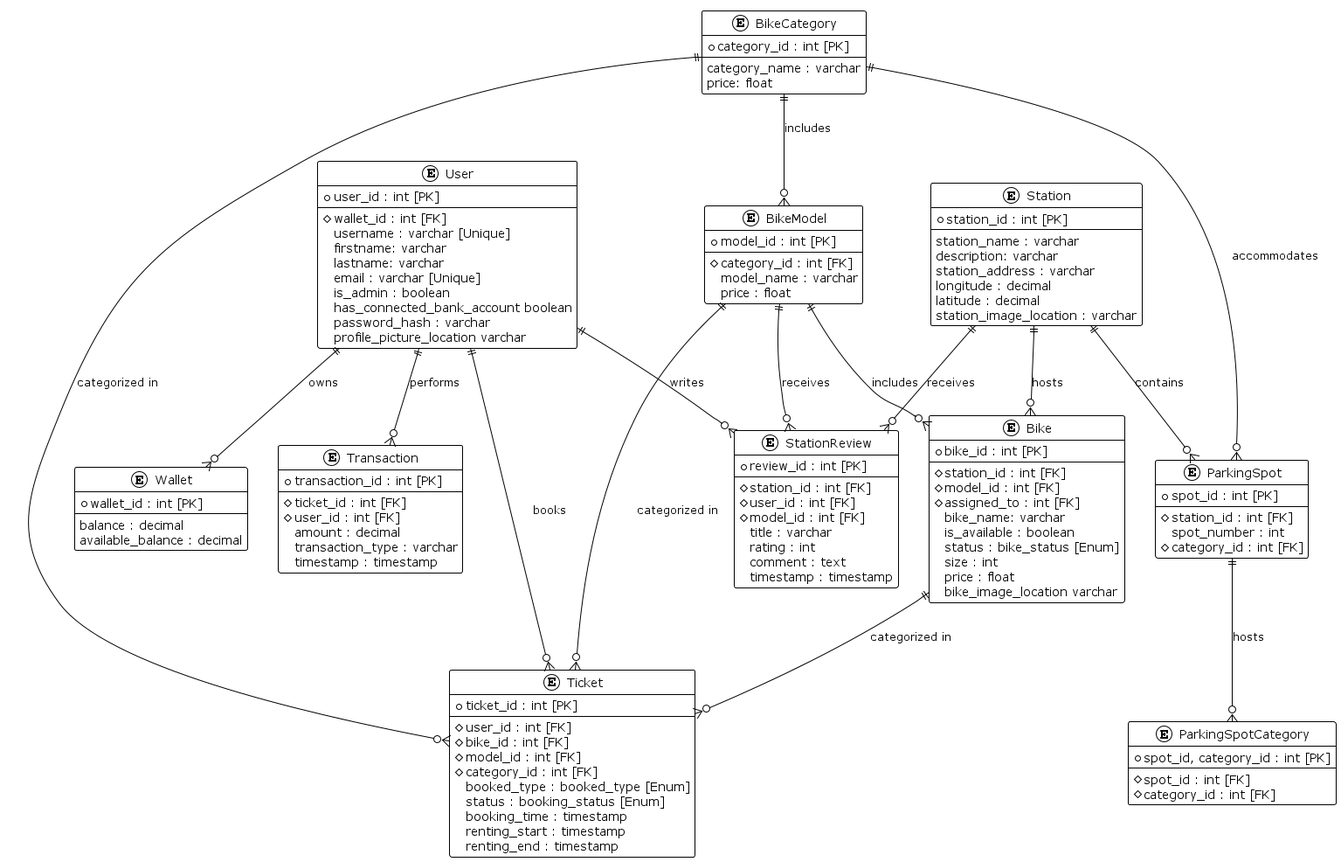
This is initdb/database.png from uni-aau/web-project, a PlantUML export, as it was before one commit. Its diagram source:
```plantuml
@startuml
!theme plain

entity "User" {
  +user_id : int [PK]
  --
  #wallet_id : int [FK]
  username : varchar [Unique]
  firstname: varchar
  lastname: varchar
  email : varchar [Unique]
  is_admin : boolean
  has_connected_bank_account boolean
  password_hash : varchar
  profile_picture_location varchar
}

entity "Wallet" {
  +wallet_id : int [PK]
  --
  balance : decimal
  available_balance : decimal
}

entity "Station" {
  +station_id : int [PK]
  --
  station_name : varchar
  description: varchar
  station_address : varchar
  longitude : decimal
  latitude : decimal
  station_image_location : varchar
}

entity "BikeCategory" {
  +category_id : int [PK]
  --
  category_name : varchar
  price: float
}

entity "BikeModel" {
  +model_id : int [PK]
  --
  #category_id : int [FK]
  model_name : varchar
  price : float
}

entity "Bike" {
  +bike_id : int [PK]
  --
  #station_id : int [FK]
  #model_id : int [FK]
  #assigned_to : int [FK]
  bike_name: varchar
  is_available : boolean
  status : bike_status [Enum]
  size : int
  price : float
  bike_image_location varchar
}

entity "ParkingSpot" {
  +spot_id : int [PK]
  --
  #station_id : int [FK]
  spot_number : int
  #category_id : int [FK]
}

entity "ParkingSpotCategory" {
  +spot_id, category_id : int [PK]
  --
  #spot_id : int [FK]
  #category_id : int [FK]
}

entity "Ticket" {
  +ticket_id : int [PK]
  --
  #user_id : int [FK]
  #bike_id : int [FK]
  #model_id : int [FK]
  #category_id : int [FK]
  booked_type : booked_type [Enum]
  status : booking_status [Enum]
  booking_time : timestamp
  renting_start : timestamp
  renting_end : timestamp
}

entity "Transaction" {
  +transaction_id : int [PK]
  --
  #ticket_id : int [FK]
  #user_id : int [FK]
  amount : decimal
  transaction_type : varchar
  timestamp : timestamp
}

entity "StationReview" {
  +review_id : int [PK]
  --
  #station_id : int [FK]
  #user_id : int [FK]
  #model_id : int [FK]
  title : varchar
  rating : int
  comment : text
  timestamp : timestamp
}

User ||--o{ Wallet : "owns"
User ||--o{ Ticket : "books"
User ||--o{ Transaction : "performs"
User ||--o{ StationReview : "writes"
Station ||--o{ Bike : "hosts"
Station ||--o{ StationReview : "receives"
Station ||--o{ ParkingSpot : "contains"
BikeCategory ||--o{ BikeModel : "includes"
BikeModel ||--o{ Bike : "includes"
BikeModel ||--o{ StationReview : "receives"
BikeCategory ||--o{ Ticket : "categorized in"
BikeModel ||--o{ Ticket : "categorized in"
Bike ||--o{ Ticket : "categorized in"
BikeCategory ||--o{ ParkingSpot : "accommodates"
ParkingSpot ||--o{ ParkingSpotCategory : "hosts"

@enduml
```
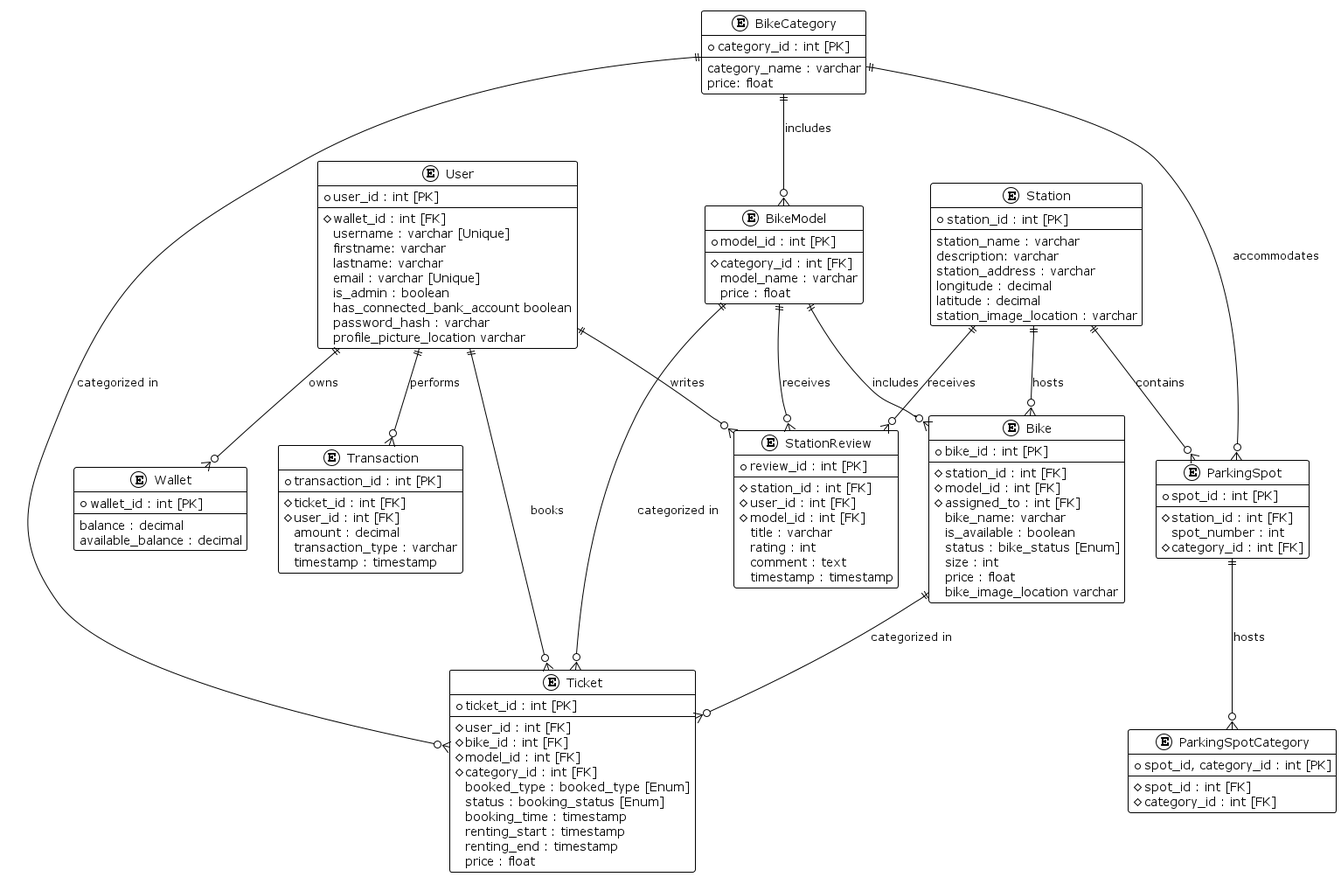
The same diagram one commit later.

The edit, as a diff of the source:
```diff
@@ -89,6 +89,7 @@
   booking_time : timestamp
   renting_start : timestamp
   renting_end : timestamp
+  price : float
 }
 
 entity "Transaction" {
```
